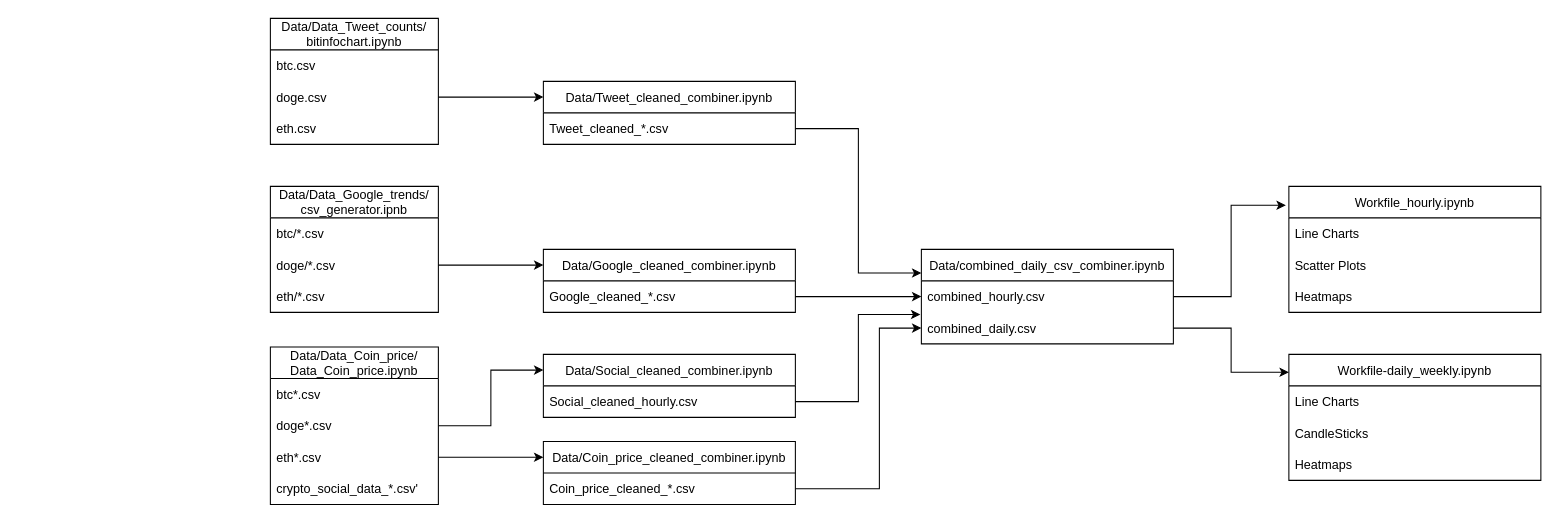
Earlier version of the draw.io diagram 592_flow_chart.drawio (yantkumich/siads592-fomo). Source tidied: cells renumbered, new cells numbered last; positions are measured from the earlier drawing's top-left corner, leaving out a move shared by most shapes. Both pictures are drawn from the tidied source at 105%, with x=0, y=0 at pixel (270, 18).
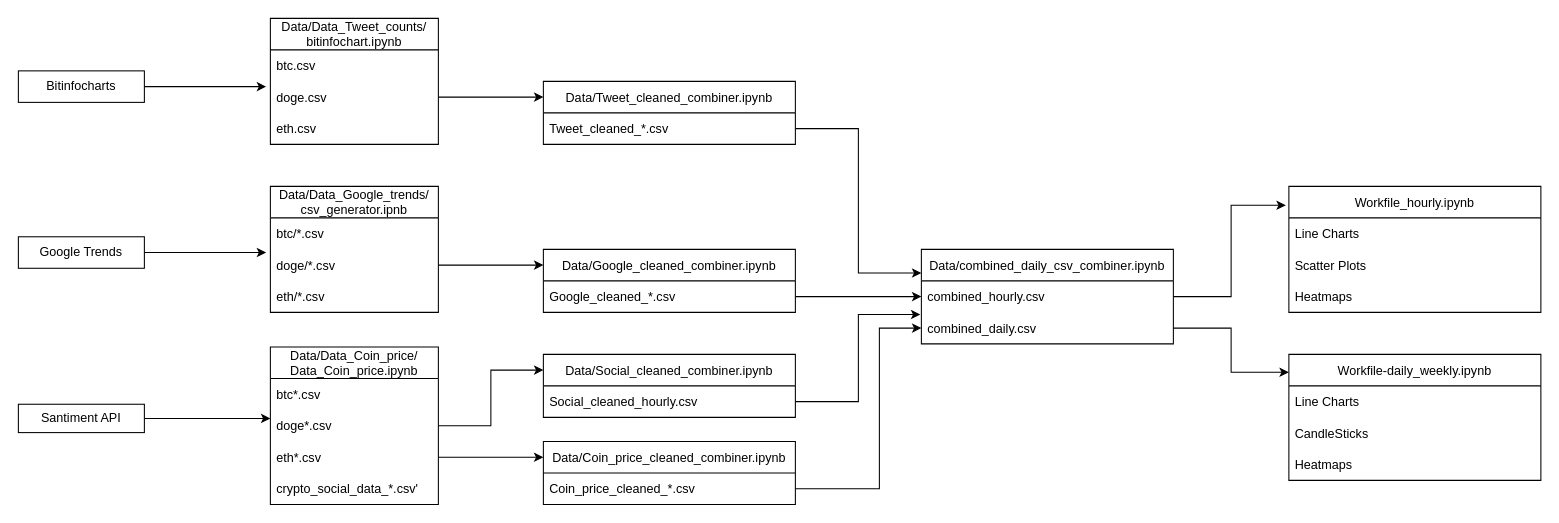
The same diagram, later.

Commit message (it also covers changes not shown here):
flow chart updated

Unchanged cells that the change refers to:
```xml
<mxCell id="4" value="doge.csv" style="text;strokeColor=none;fillColor=none;align=left;verticalAlign=middle;spacingLeft=4;spacingRight=4;overflow=hidden;points=[[0,0.5],[1,0.5]];portConstraint=eastwest;" parent="2" vertex="1">
  <mxGeometry y="60" width="160" height="30" as="geometry" />
</mxCell>
<mxCell id="8" value="doge/*.csv" style="text;strokeColor=none;fillColor=none;align=left;verticalAlign=middle;spacingLeft=4;spacingRight=4;overflow=hidden;points=[[0,0.5],[1,0.5]];portConstraint=eastwest;" parent="6" vertex="1">
  <mxGeometry y="60" width="160" height="30" as="geometry" />
</mxCell>
<mxCell id="12" value="doge*.csv" style="text;strokeColor=none;fillColor=none;align=left;verticalAlign=middle;spacingLeft=4;spacingRight=4;overflow=hidden;points=[[0,0.5],[1,0.5]];portConstraint=eastwest;" parent="10" vertex="1">
  <mxGeometry y="60" width="160" height="30" as="geometry" />
</mxCell>
```

Diff of the diagram source:
```diff
@@
+    <mxCell id="44" style="edgeStyle=orthogonalEdgeStyle;rounded=0;jettySize=auto;html=1;exitX=1;exitY=0.5;exitDx=0;exitDy=0;entryX=-0.025;entryY=0.167;entryDx=0;entryDy=0;entryPerimeter=0;" parent="1" edge="1" source="45" target="4">
+      <mxGeometry relative="1" as="geometry" />
+    </mxCell>
+    <mxCell id="45" value="Bitinfocharts" style="rounded=0;whiteSpace=wrap;html=1;" parent="1" vertex="1">
+      <mxGeometry x="-240" y="50" width="120" height="30" as="geometry" />
+    </mxCell>
+    <mxCell id="46" style="edgeStyle=orthogonalEdgeStyle;rounded=0;jettySize=auto;html=1;exitX=1;exitY=0.5;exitDx=0;exitDy=0;entryX=-0.025;entryY=0.1;entryDx=0;entryDy=0;entryPerimeter=0;" parent="1" edge="1" source="47" target="8">
+      <mxGeometry relative="1" as="geometry" />
+    </mxCell>
+    <mxCell id="47" value="Google Trends" style="rounded=0;whiteSpace=wrap;html=1;" parent="1" vertex="1">
+      <mxGeometry x="-240" y="208" width="120" height="30" as="geometry" />
+    </mxCell>
+    <mxCell id="48" style="edgeStyle=orthogonalEdgeStyle;rounded=0;jettySize=auto;html=1;exitX=1;exitY=0.5;exitDx=0;exitDy=0;entryX=0;entryY=0.267;entryDx=0;entryDy=0;entryPerimeter=0;" parent="1" edge="1" source="49" target="12">
+      <mxGeometry relative="1" as="geometry" />
+    </mxCell>
+    <mxCell id="49" value="Santiment API" style="rounded=0;whiteSpace=wrap;html=1;" parent="1" vertex="1">
+      <mxGeometry x="-240" y="367.5" width="120" height="27" as="geometry" />
+    </mxCell>
+    <mxCell id="50" style="edgeStyle=orthogonalEdgeStyle;rounded=0;orthogonalLoop=1;jettySize=auto;html=1;exitX=0.5;exitY=1;exitDx=0;exitDy=0;" parent="1" edge="1" source="47" target="47">
+      <mxGeometry relative="1" as="geometry" />
+    </mxCell>
```
